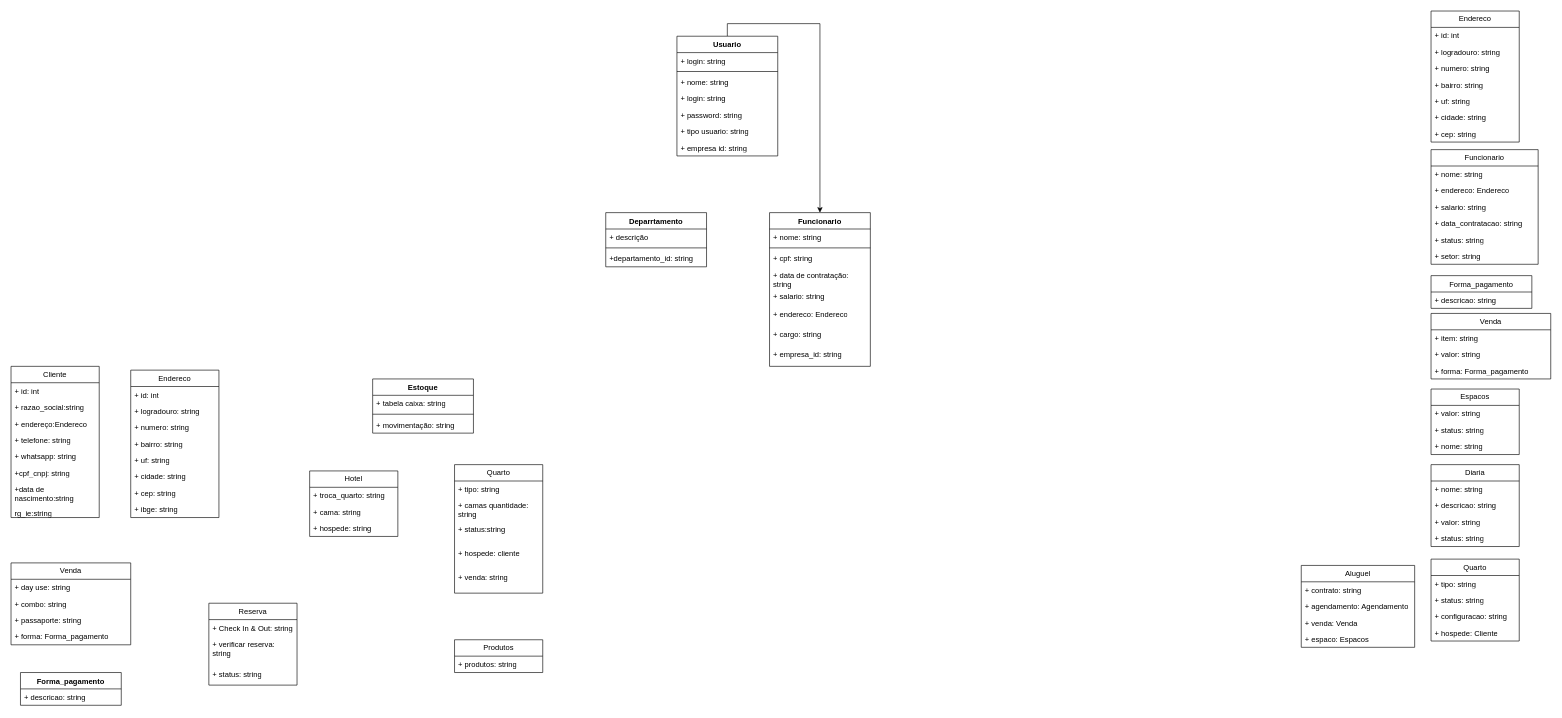
The draw.io diagram page "Page-1" (1 of 2) of Diagrama sem nome.drawio in FSOFTSistemas/Lago, before the edit. Source tidied: cells renumbered, new cells numbered last; positions are measured from the earlier drawing's top-left corner, leaving out a move shared by most shapes. Both pictures are drawn from the tidied source at 63%, with x=0, y=0 at pixel (11, 11).
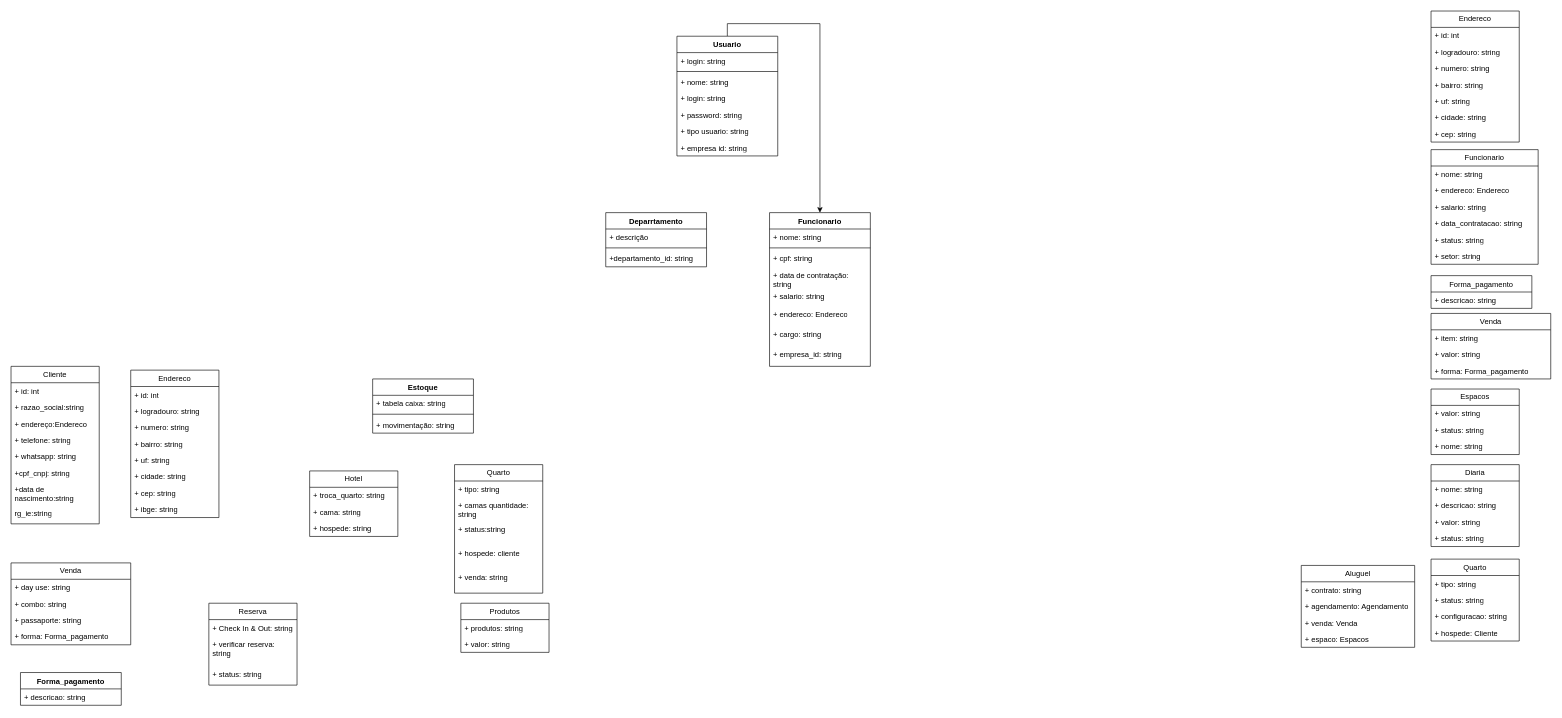
The same page after the edit.

What changed in the source:
```diff
@@
     <mxCell id="10" value="Cliente" style="swimlane;fontStyle=0;horizontal=1;startSize=26;fillColor=none;whiteSpace=wrap;html=1;" parent="1" vertex="1">
-      <mxGeometry y="564" width="140" height="240" as="geometry" />
+      <mxGeometry y="564" width="140" height="250" as="geometry" />
     </mxCell>
@@
     <mxCell id="18" value="rg_ie:string" style="text;strokeColor=none;fillColor=none;align=left;verticalAlign=top;spacingLeft=4;spacingRight=4;overflow=hidden;whiteSpace=wrap;html=1;" parent="10" vertex="1">
-      <mxGeometry y="220" width="140" height="20" as="geometry" />
+      <mxGeometry y="220" width="140" height="30" as="geometry" />
     </mxCell>
@@
     <mxCell id="67" value="Produtos" style="swimlane;fontStyle=0;horizontal=1;startSize=26;fillColor=none;whiteSpace=wrap;html=1;" parent="1" vertex="1">
-      <mxGeometry x="704" y="998" width="140" height="52" as="geometry" />
+      <mxGeometry x="714" y="940" width="140" height="78" as="geometry" />
     </mxCell>
@@
+    <mxCell id="109" value="&lt;div&gt;+ valor: string&lt;/div&gt;&lt;div&gt;&lt;br&gt;&lt;/div&gt;" style="text;strokeColor=none;fillColor=none;align=left;verticalAlign=top;spacingLeft=4;spacingRight=4;overflow=hidden;whiteSpace=wrap;html=1;" parent="67" vertex="1">
+      <mxGeometry y="52" width="140" height="26" as="geometry" />
+    </mxCell>
```
